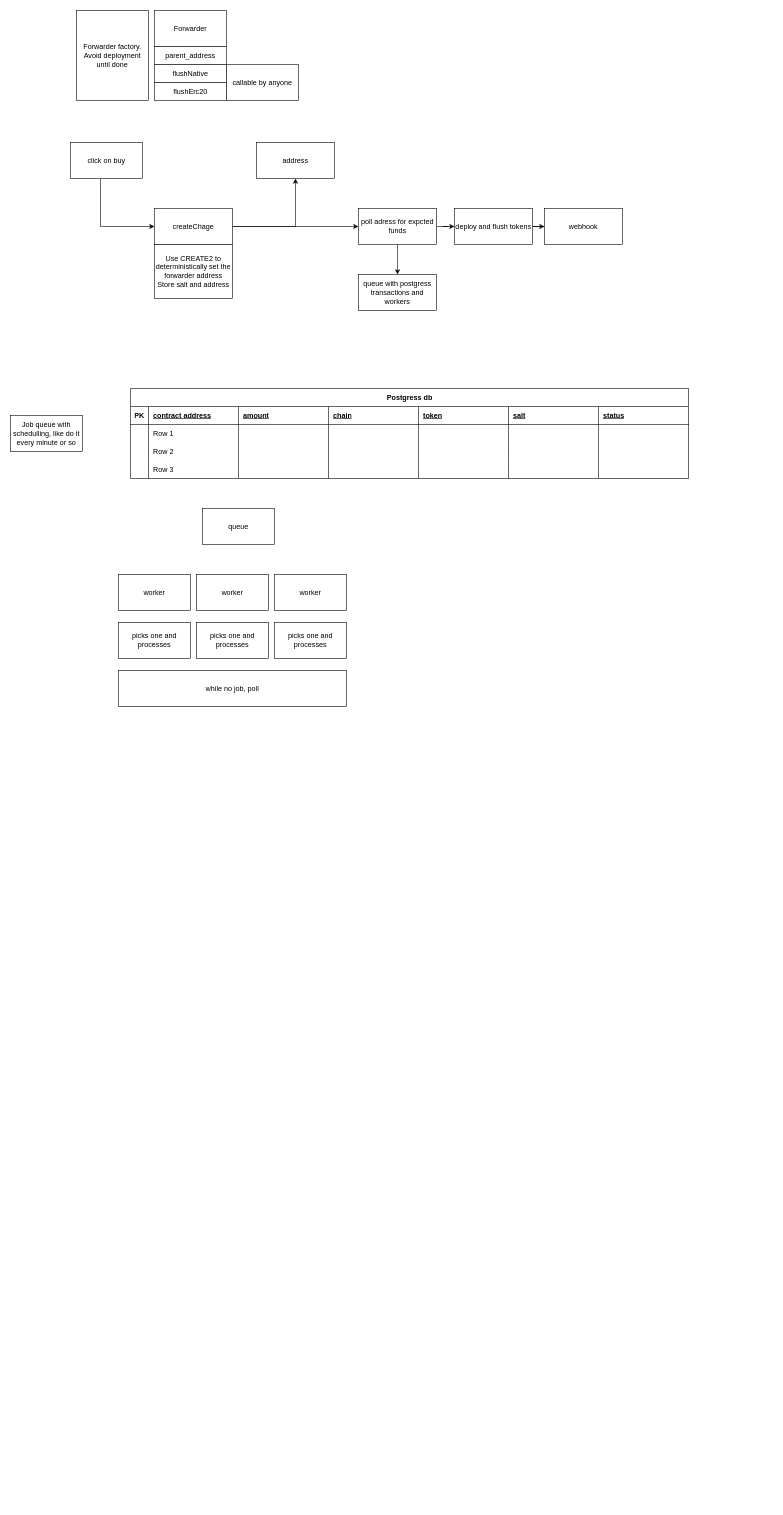
Earlier version of the draw.io diagram design/Forwarder.drawio (matzapata/forwarder-commerce). Source tidied: cells renumbered, new cells numbered last; positions are measured from the earlier drawing's top-left corner, leaving out a move shared by most shapes. Both pictures are drawn from the tidied source at 60%, with x=0, y=0 at pixel (10, 10).
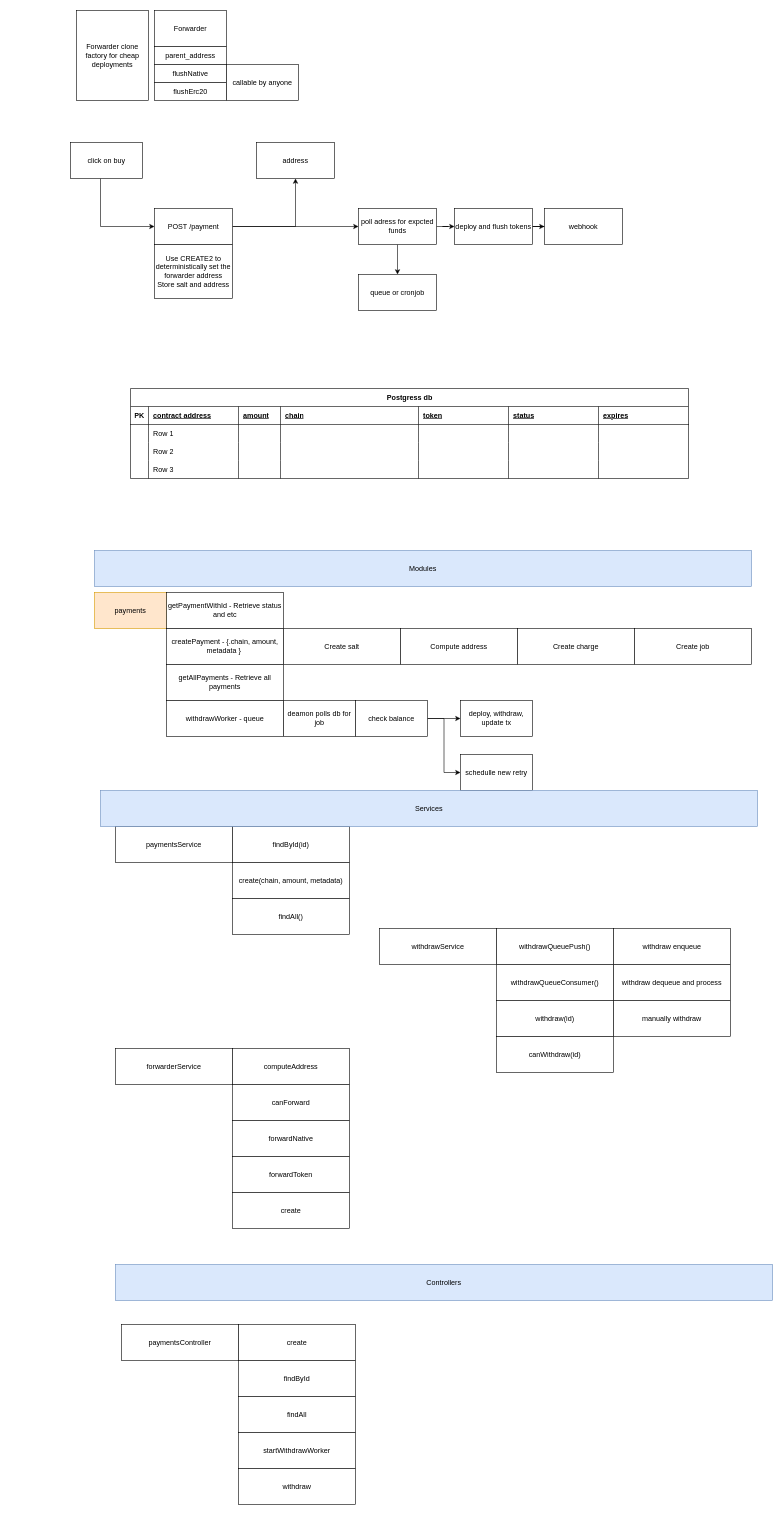
After the change.

The change refers to these unchanged cells:
```xml
<mxCell id="23" style="shape=tableRow;horizontal=0;startSize=0;swimlaneHead=0;swimlaneBody=0;fillColor=none;top=0;left=0;right=0;bottom=1;" parent="22" vertex="1">
  <mxGeometry y="30" width="930" height="30" as="geometry" />
</mxCell>
<mxCell id="31" style="shape=tableRow;horizontal=0;startSize=0;swimlaneHead=0;swimlaneBody=0;fillColor=none;top=0;left=0;right=0;bottom=0;" parent="22" vertex="1">
  <mxGeometry y="60" width="930" height="30" as="geometry" />
</mxCell>
<mxCell id="39" style="shape=tableRow;horizontal=0;startSize=0;swimlaneHead=0;swimlaneBody=0;fillColor=none;top=0;left=0;right=0;bottom=0;" parent="22" vertex="1">
  <mxGeometry y="90" width="930" height="30" as="geometry" />
</mxCell>
<mxCell id="47" style="shape=tableRow;horizontal=0;startSize=0;swimlaneHead=0;swimlaneBody=0;fillColor=none;top=0;left=0;right=0;bottom=0;" parent="22" vertex="1">
  <mxGeometry y="120" width="930" height="30" as="geometry" />
</mxCell>
```

Diff of the diagram source:
```diff
@@
-    <mxCell id="9" value="createChage" style="rounded=0;whiteSpace=wrap;html=1;" parent="1" vertex="1">
+    <mxCell id="9" value="POST /payment" style="rounded=0;whiteSpace=wrap;html=1;" parent="1" vertex="1">
       <mxGeometry x="240" y="330" width="130" height="60" as="geometry" />
     </mxCell>
@@
-    <mxCell id="20" value="Forwarder factory. Avoid deployment until done" style="rounded=0;whiteSpace=wrap;html=1;" parent="1" vertex="1">
+    <mxCell id="20" value="Forwarder clone factory for cheap deployments" style="rounded=0;whiteSpace=wrap;html=1;" parent="1" vertex="1">
       <mxGeometry x="110" width="120" height="150" as="geometry" />
     </mxCell>
-    <mxCell id="21" value="queue with postgress transactions and workers" style="rounded=0;whiteSpace=wrap;html=1;" parent="1" vertex="1">
+    <mxCell id="21" value="queue or cronjob" style="rounded=0;whiteSpace=wrap;html=1;" parent="1" vertex="1">
       <mxGeometry x="580" y="440" width="130" height="60" as="geometry" />
     </mxCell>
@@
     <mxCell id="26" value="amount" style="shape=partialRectangle;fillColor=none;top=0;left=0;bottom=0;right=0;align=left;spacingLeft=6;fontStyle=5;overflow=hidden;whiteSpace=wrap;html=1;" parent="23" vertex="1">
-      <mxGeometry x="180" width="150" height="30" as="geometry" />
+      <mxGeometry x="180" width="70" height="30" as="geometry" />
     </mxCell>
     <mxCell id="27" value="chain" style="shape=partialRectangle;fillColor=none;top=0;left=0;bottom=0;right=0;align=left;spacingLeft=6;fontStyle=5;overflow=hidden;whiteSpace=wrap;html=1;" parent="23" vertex="1">
-      <mxGeometry x="330" width="150" height="30" as="geometry" />
+      <mxGeometry x="250" width="230" height="30" as="geometry" />
     </mxCell>
@@
-    <mxCell id="29" value="salt" style="shape=partialRectangle;fillColor=none;top=0;left=0;bottom=0;right=0;align=left;spacingLeft=6;fontStyle=5;overflow=hidden;whiteSpace=wrap;html=1;" parent="23" vertex="1">
+    <mxCell id="29" value="status" style="shape=partialRectangle;fillColor=none;top=0;left=0;bottom=0;right=0;align=left;spacingLeft=6;fontStyle=5;overflow=hidden;whiteSpace=wrap;html=1;" parent="23" vertex="1">
       <mxGeometry x="630" width="150" height="30" as="geometry" />
     </mxCell>
-    <mxCell id="30" value="status" style="shape=partialRectangle;fillColor=none;top=0;left=0;bottom=0;right=0;align=left;spacingLeft=6;fontStyle=5;overflow=hidden;whiteSpace=wrap;html=1;" parent="23" vertex="1">
+    <mxCell id="30" value="expires" style="shape=partialRectangle;fillColor=none;top=0;left=0;bottom=0;right=0;align=left;spacingLeft=6;fontStyle=5;overflow=hidden;whiteSpace=wrap;html=1;" parent="23" vertex="1">
       <mxGeometry x="780" width="150" height="30" as="geometry" />
     </mxCell>
@@
     <mxCell id="34" style="shape=partialRectangle;fillColor=none;top=0;left=0;bottom=0;right=0;align=left;spacingLeft=6;overflow=hidden;whiteSpace=wrap;html=1;" parent="31" vertex="1">
-      <mxGeometry x="180" width="150" height="30" as="geometry" />
+      <mxGeometry x="180" width="70" height="30" as="geometry" />
     </mxCell>
     <mxCell id="35" style="shape=partialRectangle;fillColor=none;top=0;left=0;bottom=0;right=0;align=left;spacingLeft=6;overflow=hidden;whiteSpace=wrap;html=1;" parent="31" vertex="1">
-      <mxGeometry x="330" width="150" height="30" as="geometry" />
+      <mxGeometry x="250" width="230" height="30" as="geometry" />
     </mxCell>
@@
     <mxCell id="42" style="shape=partialRectangle;fillColor=none;top=0;left=0;bottom=0;right=0;align=left;spacingLeft=6;overflow=hidden;whiteSpace=wrap;html=1;" parent="39" vertex="1">
-      <mxGeometry x="180" width="150" height="30" as="geometry" />
+      <mxGeometry x="180" width="70" height="30" as="geometry" />
     </mxCell>
     <mxCell id="43" style="shape=partialRectangle;fillColor=none;top=0;left=0;bottom=0;right=0;align=left;spacingLeft=6;overflow=hidden;whiteSpace=wrap;html=1;" parent="39" vertex="1">
-      <mxGeometry x="330" width="150" height="30" as="geometry" />
+      <mxGeometry x="250" width="230" height="30" as="geometry" />
     </mxCell>
@@
     <mxCell id="50" style="shape=partialRectangle;fillColor=none;top=0;left=0;bottom=0;right=0;align=left;spacingLeft=6;overflow=hidden;whiteSpace=wrap;html=1;" parent="47" vertex="1">
-      <mxGeometry x="180" width="150" height="30" as="geometry" />
+      <mxGeometry x="180" width="70" height="30" as="geometry" />
     </mxCell>
     <mxCell id="51" style="shape=partialRectangle;fillColor=none;top=0;left=0;bottom=0;right=0;align=left;spacingLeft=6;overflow=hidden;whiteSpace=wrap;html=1;" parent="47" vertex="1">
-      <mxGeometry x="330" width="150" height="30" as="geometry" />
+      <mxGeometry x="250" width="230" height="30" as="geometry" />
     </mxCell>
@@
-    <mxCell id="55" value="queue" style="whiteSpace=wrap;html=1;" parent="1" vertex="1">
-      <mxGeometry x="320" y="830" width="120" height="60" as="geometry" />
-    </mxCell>
-    <mxCell id="56" value="worker" style="whiteSpace=wrap;html=1;" parent="1" vertex="1">
-      <mxGeometry x="180" y="940" width="120" height="60" as="geometry" />
-    </mxCell>
-    <mxCell id="57" value="worker" style="whiteSpace=wrap;html=1;" parent="1" vertex="1">
-      <mxGeometry x="310" y="940" width="120" height="60" as="geometry" />
-    </mxCell>
-    <mxCell id="58" value="worker" style="whiteSpace=wrap;html=1;" parent="1" vertex="1">
-      <mxGeometry x="440" y="940" width="120" height="60" as="geometry" />
-    </mxCell>
-    <mxCell id="59" value="picks one and processes" style="whiteSpace=wrap;html=1;" parent="1" vertex="1">
-      <mxGeometry x="180" y="1020" width="120" height="60" as="geometry" />
-    </mxCell>
-    <mxCell id="60" value="picks one and processes" style="whiteSpace=wrap;html=1;" parent="1" vertex="1">
-      <mxGeometry x="310" y="1020" width="120" height="60" as="geometry" />
-    </mxCell>
-    <mxCell id="61" value="picks one and processes" style="whiteSpace=wrap;html=1;" parent="1" vertex="1">
-      <mxGeometry x="440" y="1020" width="120" height="60" as="geometry" />
-    </mxCell>
-    <mxCell id="62" value="while no job, poll" style="whiteSpace=wrap;html=1;" parent="1" vertex="1">
-      <mxGeometry x="180" y="1100" width="380" height="60" as="geometry" />
-    </mxCell>
-    <mxCell id="63" value="Job queue with schedulling, like do it every minute or so" style="whiteSpace=wrap;html=1;" parent="1" vertex="1">
-      <mxGeometry y="675" width="120" height="60" as="geometry" />
-    </mxCell>
+    <mxCell id="64" value="payments" style="rounded=0;whiteSpace=wrap;html=1;fillColor=#ffe6cc;strokeColor=#d79b00;" parent="1" vertex="1">
+      <mxGeometry x="140" y="970" width="120" height="60" as="geometry" />
+    </mxCell>
+    <mxCell id="65" value="Create salt" style="rounded=0;whiteSpace=wrap;html=1;" parent="1" vertex="1">
+      <mxGeometry x="455" y="1030" width="195" height="60" as="geometry" />
+    </mxCell>
+    <mxCell id="66" value="getPaymentWithId - Retrieve status and etc" style="rounded=0;whiteSpace=wrap;html=1;" parent="1" vertex="1">
+      <mxGeometry x="260" y="970" width="195" height="60" as="geometry" />
+    </mxCell>
+    <mxCell id="67" value="Compute address" style="rounded=0;whiteSpace=wrap;html=1;" parent="1" vertex="1">
+      <mxGeometry x="650" y="1030" width="195" height="60" as="geometry" />
+    </mxCell>
+    <mxCell id="68" value="Create charge" style="rounded=0;whiteSpace=wrap;html=1;" parent="1" vertex="1">
+      <mxGeometry x="845" y="1030" width="195" height="60" as="geometry" />
+    </mxCell>
+    <mxCell id="69" value="createPayment - {.chain, amount, metadata }&amp;nbsp;" style="rounded=0;whiteSpace=wrap;html=1;" parent="1" vertex="1">
+      <mxGeometry x="260" y="1030" width="195" height="60" as="geometry" />
+    </mxCell>
+    <mxCell id="70" value="Create job" style="rounded=0;whiteSpace=wrap;html=1;" parent="1" vertex="1">
+      <mxGeometry x="1040" y="1030" width="195" height="60" as="geometry" />
+    </mxCell>
+    <mxCell id="71" value="deamon polls db for job" style="rounded=0;whiteSpace=wrap;html=1;" parent="1" vertex="1">
+      <mxGeometry x="455" y="1150" width="120" height="60" as="geometry" />
+    </mxCell>
+    <mxCell id="72" style="edgeStyle=orthogonalEdgeStyle;rounded=0;jettySize=auto;html=1;entryX=0;entryY=0.5;entryDx=0;entryDy=0;" parent="1" edge="1" source="74" target="75">
+      <mxGeometry relative="1" as="geometry" />
+    </mxCell>
+    <mxCell id="73" style="edgeStyle=orthogonalEdgeStyle;rounded=0;jettySize=auto;html=1;entryX=0;entryY=0.5;entryDx=0;entryDy=0;" parent="1" edge="1" source="74" target="76">
+      <mxGeometry relative="1" as="geometry" />
+    </mxCell>
+    <mxCell id="74" value="check balance" style="rounded=0;whiteSpace=wrap;html=1;" parent="1" vertex="1">
+      <mxGeometry x="575" y="1150" width="120" height="60" as="geometry" />
+    </mxCell>
+    <mxCell id="75" value="deploy, withdraw, update tx" style="rounded=0;whiteSpace=wrap;html=1;" parent="1" vertex="1">
+      <mxGeometry x="750" y="1150" width="120" height="60" as="geometry" />
+    </mxCell>
+    <mxCell id="76" value="schedulle new retry" style="rounded=0;whiteSpace=wrap;html=1;" parent="1" vertex="1">
+      <mxGeometry x="750" y="1240" width="120" height="60" as="geometry" />
+    </mxCell>
+    <mxCell id="77" value="Modules" style="rounded=0;whiteSpace=wrap;html=1;fillColor=#dae8fc;strokeColor=#6c8ebf;" parent="1" vertex="1">
+      <mxGeometry x="140" y="900" width="1095" height="60" as="geometry" />
+    </mxCell>
+    <mxCell id="78" value="getAllPayments - Retrieve all payments" style="rounded=0;whiteSpace=wrap;html=1;" parent="1" vertex="1">
+      <mxGeometry x="260" y="1090" width="195" height="60" as="geometry" />
+    </mxCell>
+    <mxCell id="79" value="withdrawWorker - queue" style="rounded=0;whiteSpace=wrap;html=1;" parent="1" vertex="1">
+      <mxGeometry x="260" y="1150" width="195" height="60" as="geometry" />
+    </mxCell>
+    <mxCell id="80" value="paymentsService" style="rounded=0;whiteSpace=wrap;html=1;" parent="1" vertex="1">
+      <mxGeometry x="175" y="1360" width="195" height="60" as="geometry" />
+    </mxCell>
+    <mxCell id="81" value="findById(id)" style="rounded=0;whiteSpace=wrap;html=1;" parent="1" vertex="1">
+      <mxGeometry x="370" y="1360" width="195" height="60" as="geometry" />
+    </mxCell>
+    <mxCell id="82" value="create(chain, amount, metadata)" style="rounded=0;whiteSpace=wrap;html=1;" parent="1" vertex="1">
+      <mxGeometry x="370" y="1420" width="195" height="60" as="geometry" />
+    </mxCell>
+    <mxCell id="83" value="findAll()" style="rounded=0;whiteSpace=wrap;html=1;" parent="1" vertex="1">
+      <mxGeometry x="370" y="1480" width="195" height="60" as="geometry" />
+    </mxCell>
+    <mxCell id="84" value="withdrawQueueConsumer()" style="rounded=0;whiteSpace=wrap;html=1;" parent="1" vertex="1">
+      <mxGeometry x="810" y="1590" width="195" height="60" as="geometry" />
+    </mxCell>
+    <mxCell id="85" value="withdraw(id)" style="rounded=0;whiteSpace=wrap;html=1;" parent="1" vertex="1">
+      <mxGeometry x="810" y="1650" width="195" height="60" as="geometry" />
+    </mxCell>
+    <mxCell id="86" value="forwarderService" style="rounded=0;whiteSpace=wrap;html=1;" parent="1" vertex="1">
+      <mxGeometry x="175" y="1730" width="195" height="60" as="geometry" />
+    </mxCell>
+    <mxCell id="87" value="computeAddress" style="rounded=0;whiteSpace=wrap;html=1;" parent="1" vertex="1">
+      <mxGeometry x="370" y="1730" width="195" height="60" as="geometry" />
+    </mxCell>
+    <mxCell id="88" value="canForward" style="rounded=0;whiteSpace=wrap;html=1;" parent="1" vertex="1">
+      <mxGeometry x="370" y="1790" width="195" height="60" as="geometry" />
+    </mxCell>
+    <mxCell id="89" value="forwardNative" style="rounded=0;whiteSpace=wrap;html=1;" parent="1" vertex="1">
+      <mxGeometry x="370" y="1850" width="195" height="60" as="geometry" />
+    </mxCell>
+    <mxCell id="90" value="forwardToken" style="rounded=0;whiteSpace=wrap;html=1;" parent="1" vertex="1">
+      <mxGeometry x="370" y="1910" width="195" height="60" as="geometry" />
+    </mxCell>
+    <mxCell id="91" value="create" style="rounded=0;whiteSpace=wrap;html=1;" parent="1" vertex="1">
+      <mxGeometry x="370" y="1970" width="195" height="60" as="geometry" />
+    </mxCell>
+    <mxCell id="92" value="manually withdraw" style="rounded=0;whiteSpace=wrap;html=1;" parent="1" vertex="1">
+      <mxGeometry x="1005" y="1650" width="195" height="60" as="geometry" />
+    </mxCell>
+    <mxCell id="93" value="withdraw dequeue and process" style="rounded=0;whiteSpace=wrap;html=1;" parent="1" vertex="1">
+      <mxGeometry x="1005" y="1590" width="195" height="60" as="geometry" />
+    </mxCell>
+    <mxCell id="94" value="withdrawService" style="rounded=0;whiteSpace=wrap;html=1;" parent="1" vertex="1">
+      <mxGeometry x="615" y="1530" width="195" height="60" as="geometry" />
+    </mxCell>
+    <mxCell id="95" value="withdrawQueuePush()" style="rounded=0;whiteSpace=wrap;html=1;" parent="1" vertex="1">
+      <mxGeometry x="810" y="1530" width="195" height="60" as="geometry" />
+    </mxCell>
+    <mxCell id="96" value="withdraw enqueue" style="rounded=0;whiteSpace=wrap;html=1;" parent="1" vertex="1">
+      <mxGeometry x="1005" y="1530" width="195" height="60" as="geometry" />
+    </mxCell>
+    <mxCell id="97" value="canWithdraw(id)" style="rounded=0;whiteSpace=wrap;html=1;" parent="1" vertex="1">
+      <mxGeometry x="810" y="1710" width="195" height="60" as="geometry" />
+    </mxCell>
+    <mxCell id="98" value="Services" style="rounded=0;whiteSpace=wrap;html=1;fillColor=#dae8fc;strokeColor=#6c8ebf;" parent="1" vertex="1">
+      <mxGeometry x="150" y="1300" width="1095" height="60" as="geometry" />
+    </mxCell>
+    <mxCell id="99" value="Controllers" style="rounded=0;whiteSpace=wrap;html=1;fillColor=#dae8fc;strokeColor=#6c8ebf;" parent="1" vertex="1">
+      <mxGeometry x="175" y="2090" width="1095" height="60" as="geometry" />
+    </mxCell>
+    <mxCell id="100" value="paymentsController" style="rounded=0;whiteSpace=wrap;html=1;" parent="1" vertex="1">
+      <mxGeometry x="185" y="2190" width="195" height="60" as="geometry" />
+    </mxCell>
+    <mxCell id="101" value="create" style="rounded=0;whiteSpace=wrap;html=1;" parent="1" vertex="1">
+      <mxGeometry x="380" y="2190" width="195" height="60" as="geometry" />
+    </mxCell>
+    <mxCell id="102" value="findById" style="rounded=0;whiteSpace=wrap;html=1;" parent="1" vertex="1">
+      <mxGeometry x="380" y="2250" width="195" height="60" as="geometry" />
+    </mxCell>
+    <mxCell id="103" value="findAll" style="rounded=0;whiteSpace=wrap;html=1;" parent="1" vertex="1">
+      <mxGeometry x="380" y="2310" width="195" height="60" as="geometry" />
+    </mxCell>
+    <mxCell id="104" value="startWithdrawWorker" style="rounded=0;whiteSpace=wrap;html=1;" parent="1" vertex="1">
+      <mxGeometry x="380" y="2370" width="195" height="60" as="geometry" />
+    </mxCell>
+    <mxCell id="105" value="withdraw" style="rounded=0;whiteSpace=wrap;html=1;" parent="1" vertex="1">
+      <mxGeometry x="380" y="2430" width="195" height="60" as="geometry" />
+    </mxCell>
```
